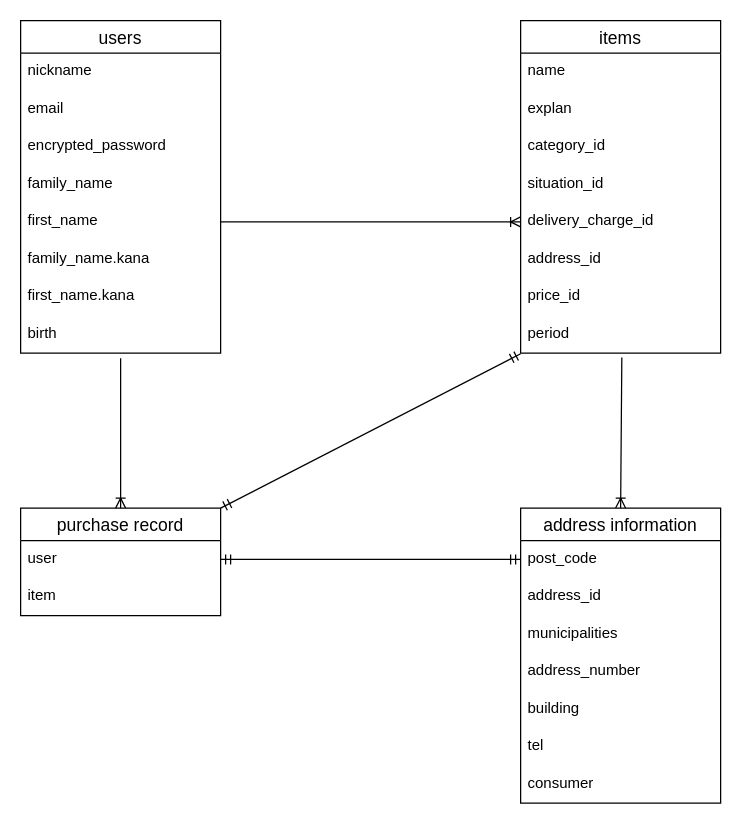
Before: ER .dio in seinios/furima-38590, a draw.io diagram. Source tidied: cells renumbered, new cells numbered last; positions are measured from the earlier drawing's top-left corner, leaving out a move shared by most shapes. Both pictures are drawn from the tidied source at 125%, with x=0, y=0 at pixel (20, 20).
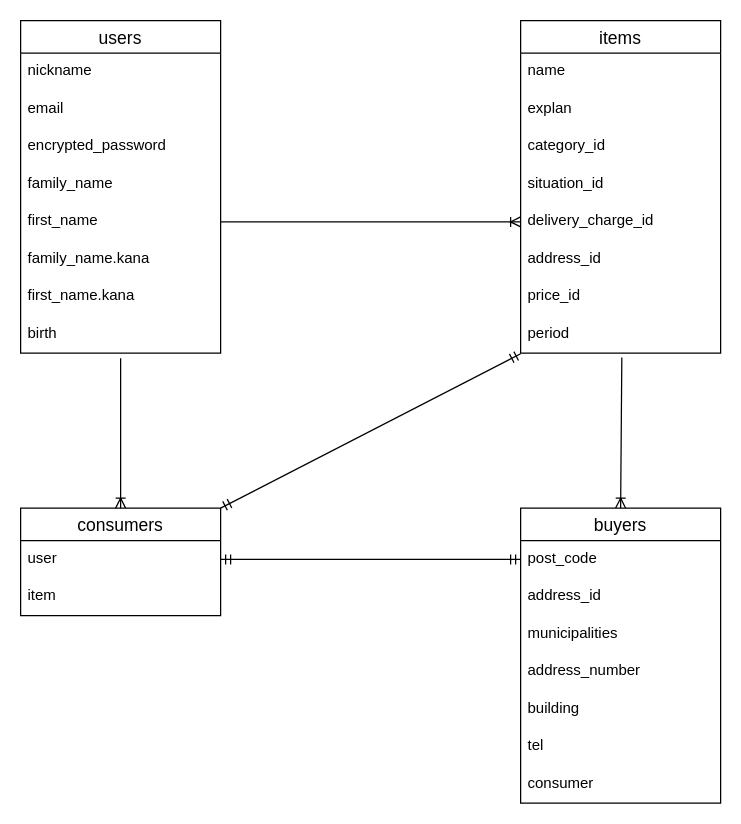
The same diagram, later.

Change to the diagram source:
```diff
@@
-    <mxCell id="20" value="address information" style="swimlane;fontStyle=0;horizontal=1;startSize=26;align=center;fontSize=14;" parent="1" vertex="1">
+    <mxCell id="20" value="buyers" style="swimlane;fontStyle=0;horizontal=1;startSize=26;align=center;fontSize=14;" parent="1" vertex="1">
       <mxGeometry x="400" y="390" width="160" height="236" as="geometry" />
     </mxCell>
@@
-    <mxCell id="28" value="purchase record" style="swimlane;fontStyle=0;horizontal=1;startSize=26;align=center;fontSize=14;" parent="1" vertex="1">
+    <mxCell id="28" value="consumers " style="swimlane;fontStyle=0;horizontal=1;startSize=26;align=center;fontSize=14;" parent="1" vertex="1">
       <mxGeometry y="390" width="160" height="86" as="geometry" />
     </mxCell>
```
